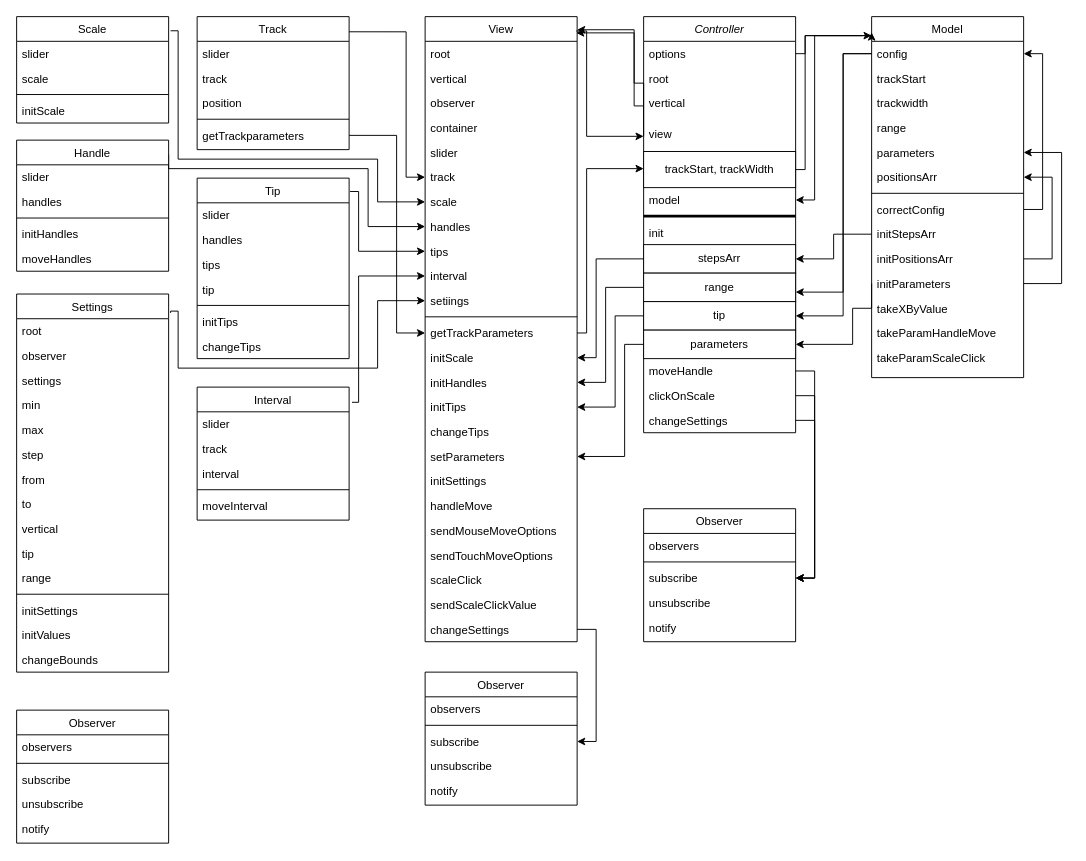
The draw.io diagram Untitled Diagram.drawio in galiaMuslimova/Slider, before the edit. Source tidied: cells renumbered, new cells numbered last; positions are measured from the earlier drawing's top-left corner, leaving out a move shared by most shapes. Both pictures are drawn from the tidied source at 95%, with x=0, y=0 at pixel (16, 16).
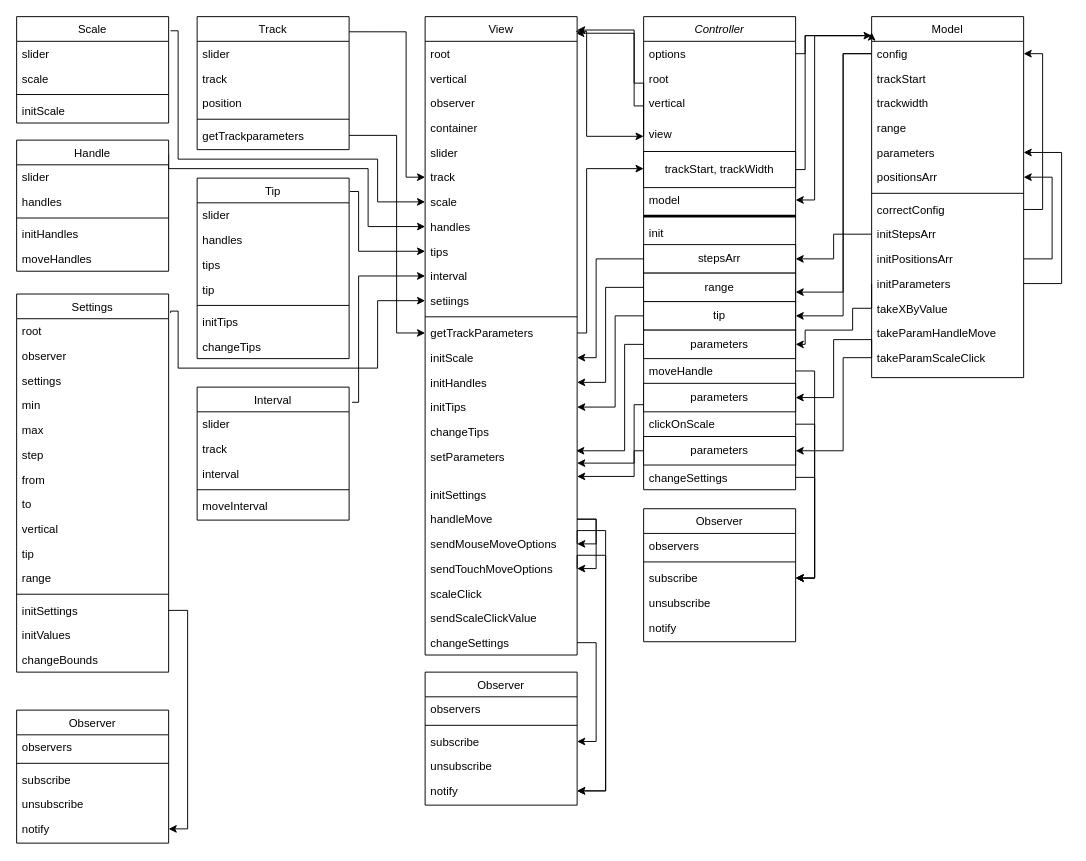
After the change.

Unchanged cells that the change refers to:
```xml
<mxCell id="43" value="initParameters" style="text;align=left;verticalAlign=top;spacingLeft=4;spacingRight=4;overflow=hidden;points=[[0,0.5],[1,0.5]];portConstraint=eastwest;rounded=0;shadow=0;html=0;" parent="29" vertex="1">
  <mxGeometry y="268" width="160" height="26" as="geometry" />
</mxCell>
<mxCell id="46" value="takeParamScaleClick" style="text;align=left;verticalAlign=top;spacingLeft=4;spacingRight=4;overflow=hidden;points=[[0,0.5],[1,0.5]];portConstraint=eastwest;rounded=0;shadow=0;html=0;" parent="29" vertex="1">
  <mxGeometry y="346" width="160" height="26" as="geometry" />
</mxCell>
<mxCell id="59" value="parameters" style="rounded=0;whiteSpace=wrap;html=1;" parent="47" vertex="1">
  <mxGeometry y="330" width="160" height="30" as="geometry" />
</mxCell>
<mxCell id="91" value="notify" style="text;align=left;verticalAlign=top;spacingLeft=4;spacingRight=4;overflow=hidden;points=[[0,0.5],[1,0.5]];portConstraint=eastwest;rounded=0;shadow=0;html=0;" parent="86" vertex="1">
  <mxGeometry y="112" width="160" height="26" as="geometry" />
</mxCell>
<mxCell id="143" value="initSettings" style="text;align=left;verticalAlign=top;spacingLeft=4;spacingRight=4;overflow=hidden;points=[[0,0.5],[1,0.5]];portConstraint=eastwest;rounded=0;shadow=0;html=0;" parent="130" vertex="1">
  <mxGeometry y="320" width="160" height="26" as="geometry" />
</mxCell>
<mxCell id="151" value="notify" style="text;align=left;verticalAlign=top;spacingLeft=4;spacingRight=4;overflow=hidden;points=[[0,0.5],[1,0.5]];portConstraint=eastwest;rounded=0;shadow=0;html=0;" parent="146" vertex="1">
  <mxGeometry y="112" width="160" height="26" as="geometry" />
</mxCell>
```

The edit, as a diff of the source:
```diff
@@
     <mxCell id="2" value="View" style="swimlane;fontStyle=0;align=center;verticalAlign=top;horizontal=1;startSize=26;rounded=0;shadow=0;strokeWidth=1;" parent="1" vertex="1">
-      <mxGeometry x="430" width="160" height="658" as="geometry" />
+      <mxGeometry x="430" width="160" height="672" as="geometry" />
     </mxCell>
@@
     <mxCell id="20" value="setParameters" style="text;align=left;verticalAlign=top;spacingLeft=4;spacingRight=4;overflow=hidden;points=[[0,0.5],[1,0.5]];portConstraint=eastwest;" parent="2" vertex="1">
-      <mxGeometry y="450" width="160" height="26" as="geometry" />
+      <mxGeometry y="450" width="160" height="40" as="geometry" />
     </mxCell>
     <mxCell id="21" value="initSettings" style="text;align=left;verticalAlign=top;spacingLeft=4;spacingRight=4;overflow=hidden;" parent="2" vertex="1">
-      <mxGeometry y="476" width="160" height="26" as="geometry" />
+      <mxGeometry y="490" width="160" height="26" as="geometry" />
     </mxCell>
+    <mxCell id="153" style="edgeStyle=orthogonalEdgeStyle;rounded=0;jettySize=auto;html=1;exitX=1;exitY=0.5;exitDx=0;exitDy=0;" parent="2" edge="1" source="22" target="23">
+      <mxGeometry relative="1" as="geometry" />
+    </mxCell>
+    <mxCell id="154" style="edgeStyle=orthogonalEdgeStyle;rounded=0;jettySize=auto;html=1;exitX=1;exitY=0.5;exitDx=0;exitDy=0;entryX=1;entryY=0.5;entryDx=0;entryDy=0;" parent="2" edge="1" source="22" target="24">
+      <mxGeometry relative="1" as="geometry" />
+    </mxCell>
     <mxCell id="22" value="handleMove" style="text;align=left;verticalAlign=top;spacingLeft=4;spacingRight=4;overflow=hidden;points=[[0,0.5],[1,0.5]];portConstraint=eastwest;" parent="2" vertex="1">
-      <mxGeometry y="502" width="160" height="26" as="geometry" />
+      <mxGeometry y="516" width="160" height="26" as="geometry" />
     </mxCell>
     <mxCell id="23" value="sendMouseMoveOptions" style="text;align=left;verticalAlign=top;spacingLeft=4;spacingRight=4;overflow=hidden;points=[[0,0.5],[1,0.5]];portConstraint=eastwest;" parent="2" vertex="1">
-      <mxGeometry y="528" width="160" height="26" as="geometry" />
+      <mxGeometry y="542" width="160" height="26" as="geometry" />
     </mxCell>
     <mxCell id="24" value="sendTouchMoveOptions" style="text;align=left;verticalAlign=top;spacingLeft=4;spacingRight=4;overflow=hidden;points=[[0,0.5],[1,0.5]];portConstraint=eastwest;" parent="2" vertex="1">
-      <mxGeometry y="554" width="160" height="26" as="geometry" />
+      <mxGeometry y="568" width="160" height="26" as="geometry" />
     </mxCell>
     <mxCell id="25" value="scaleClick" style="text;align=left;verticalAlign=top;spacingLeft=4;spacingRight=4;overflow=hidden;" parent="2" vertex="1">
-      <mxGeometry y="580" width="160" height="26" as="geometry" />
+      <mxGeometry y="594" width="160" height="26" as="geometry" />
     </mxCell>
     <mxCell id="26" value="sendScaleClickValue" style="text;align=left;verticalAlign=top;spacingLeft=4;spacingRight=4;overflow=hidden;" parent="2" vertex="1">
-      <mxGeometry y="606" width="160" height="26" as="geometry" />
+      <mxGeometry y="620" width="160" height="26" as="geometry" />
     </mxCell>
     <mxCell id="27" value="changeSettings" style="text;align=left;verticalAlign=top;spacingLeft=4;spacingRight=4;overflow=hidden;points=[[0,0.5],[1,0.5]];portConstraint=eastwest;" parent="2" vertex="1">
-      <mxGeometry y="632" width="160" height="26" as="geometry" />
+      <mxGeometry y="646" width="160" height="26" as="geometry" />
     </mxCell>
@@
     <mxCell id="47" value="Controller" style="swimlane;fontStyle=2;align=center;verticalAlign=top;horizontal=1;startSize=26;rounded=0;shadow=0;strokeWidth=1;" parent="1" vertex="1">
-      <mxGeometry x="660" width="160" height="438" as="geometry" />
+      <mxGeometry x="660" width="160" height="498" as="geometry" />
     </mxCell>
@@
+    <mxCell id="155" value="parameters" style="rounded=0;whiteSpace=wrap;html=1;" parent="47" vertex="1">
+      <mxGeometry y="386" width="160" height="30" as="geometry" />
+    </mxCell>
     <mxCell id="61" value="clickOnScale" style="text;align=left;verticalAlign=top;spacingLeft=4;spacingRight=4;overflow=hidden;points=[[0,0.5],[1,0.5]];portConstraint=eastwest;" parent="47" vertex="1">
-      <mxGeometry y="386" width="160" height="26" as="geometry" />
+      <mxGeometry y="416" width="160" height="26" as="geometry" />
     </mxCell>
+    <mxCell id="156" value="parameters" style="rounded=0;whiteSpace=wrap;html=1;" parent="47" vertex="1">
+      <mxGeometry y="442" width="160" height="30" as="geometry" />
+    </mxCell>
     <mxCell id="62" value="changeSettings" style="text;align=left;verticalAlign=top;spacingLeft=4;spacingRight=4;overflow=hidden;points=[[0,0.5],[1,0.5]];portConstraint=eastwest;" parent="47" vertex="1">
-      <mxGeometry y="412" width="160" height="26" as="geometry" />
+      <mxGeometry y="472" width="160" height="26" as="geometry" />
     </mxCell>
@@
     <mxCell id="75" style="edgeStyle=orthogonalEdgeStyle;rounded=0;jettySize=auto;html=1;exitX=0;exitY=0.5;exitDx=0;exitDy=0;entryX=1;entryY=0.5;entryDx=0;entryDy=0;" parent="1" edge="1" source="43" target="59">
       <mxGeometry relative="1" as="geometry">
         <Array as="points">
           <mxPoint x="900" y="307" />
           <mxPoint x="880" y="307" />
-          <mxPoint x="880" y="345" />
+          <mxPoint x="880" y="330" />
+          <mxPoint x="830" y="330" />
+          <mxPoint x="830" y="345" />
         </Array>
       </mxGeometry>
     </mxCell>
-    <mxCell id="76" style="edgeStyle=orthogonalEdgeStyle;rounded=0;jettySize=auto;html=1;exitX=0;exitY=0.5;exitDx=0;exitDy=0;entryX=1;entryY=0.5;entryDx=0;entryDy=0;" parent="1" edge="1" source="59" target="20">
-      <mxGeometry relative="1" as="geometry">
-        <Array as="points">
-          <mxPoint x="640" y="345" />
-          <mxPoint x="640" y="463" />
-        </Array>
-      </mxGeometry>
-    </mxCell>
@@
+    <mxCell id="157" style="edgeStyle=orthogonalEdgeStyle;rounded=0;jettySize=auto;html=1;exitX=1;exitY=0.5;exitDx=0;exitDy=0;" parent="1" edge="1" source="143" target="151">
+      <mxGeometry relative="1" as="geometry" />
+    </mxCell>
+    <mxCell id="158" style="edgeStyle=orthogonalEdgeStyle;rounded=0;jettySize=auto;html=1;exitX=1;exitY=0.5;exitDx=0;exitDy=0;entryX=1;entryY=0.5;entryDx=0;entryDy=0;" parent="1" edge="1" source="23" target="91">
+      <mxGeometry relative="1" as="geometry">
+        <Array as="points">
+          <mxPoint x="620" y="541" />
+          <mxPoint x="620" y="815" />
+        </Array>
+      </mxGeometry>
+    </mxCell>
+    <mxCell id="159" style="edgeStyle=orthogonalEdgeStyle;rounded=0;jettySize=auto;html=1;exitX=1;exitY=0.5;exitDx=0;exitDy=0;entryX=1;entryY=0.5;entryDx=0;entryDy=0;" parent="1" edge="1" source="24" target="91">
+      <mxGeometry relative="1" as="geometry">
+        <Array as="points">
+          <mxPoint x="620" y="567" />
+          <mxPoint x="620" y="815" />
+        </Array>
+      </mxGeometry>
+    </mxCell>
+    <mxCell id="160" style="edgeStyle=orthogonalEdgeStyle;rounded=0;jettySize=auto;html=1;exitX=0;exitY=0.5;exitDx=0;exitDy=0;entryX=1;entryY=0.5;entryDx=0;entryDy=0;" parent="1" edge="1" source="46" target="155">
+      <mxGeometry relative="1" as="geometry">
+        <Array as="points">
+          <mxPoint x="900" y="340" />
+          <mxPoint x="860" y="340" />
+          <mxPoint x="860" y="401" />
+        </Array>
+      </mxGeometry>
+    </mxCell>
+    <mxCell id="161" style="edgeStyle=orthogonalEdgeStyle;rounded=0;jettySize=auto;html=1;exitX=0;exitY=0.5;exitDx=0;exitDy=0;entryX=1;entryY=0.5;entryDx=0;entryDy=0;" parent="1" edge="1" source="46" target="156">
+      <mxGeometry relative="1" as="geometry">
+        <Array as="points">
+          <mxPoint x="870" y="359" />
+          <mxPoint x="870" y="457" />
+        </Array>
+      </mxGeometry>
+    </mxCell>
+    <mxCell id="76" style="edgeStyle=orthogonalEdgeStyle;rounded=0;jettySize=auto;html=1;exitX=0;exitY=0.5;exitDx=0;exitDy=0;entryX=0.994;entryY=0.175;entryDx=0;entryDy=0;entryPerimeter=0;" parent="1" edge="1" source="59" target="20">
+      <mxGeometry relative="1" as="geometry">
+        <Array as="points">
+          <mxPoint x="640" y="345" />
+          <mxPoint x="640" y="457" />
+        </Array>
+      </mxGeometry>
+    </mxCell>
+    <mxCell id="162" style="edgeStyle=orthogonalEdgeStyle;rounded=0;jettySize=auto;html=1;exitX=0;exitY=0.75;exitDx=0;exitDy=0;entryX=1;entryY=0.5;entryDx=0;entryDy=0;" parent="1" edge="1" source="155" target="20">
+      <mxGeometry relative="1" as="geometry">
+        <Array as="points">
+          <mxPoint x="650" y="409" />
+          <mxPoint x="650" y="470" />
+        </Array>
+      </mxGeometry>
+    </mxCell>
+    <mxCell id="163" style="edgeStyle=orthogonalEdgeStyle;rounded=0;jettySize=auto;html=1;exitX=0;exitY=0.5;exitDx=0;exitDy=0;" parent="1" edge="1" source="156">
+      <mxGeometry relative="1" as="geometry">
+        <mxPoint x="590" y="484" as="targetPoint" />
+        <Array as="points">
+          <mxPoint x="650" y="457" />
+          <mxPoint x="650" y="484" />
+        </Array>
+      </mxGeometry>
+    </mxCell>
```
